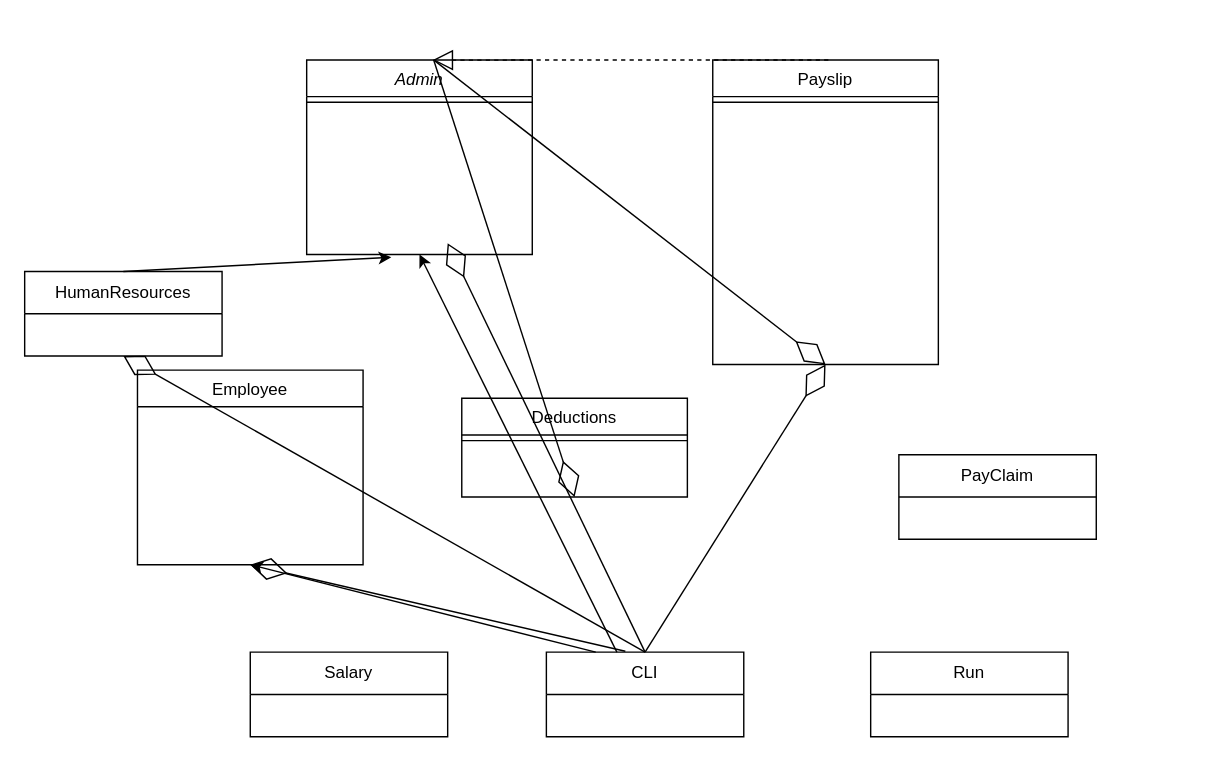
Above: UML.drawio in grainneh/payroll-cli (draw.io), before the change. Source tidied: cells renumbered, new cells numbered last; positions are measured from the earlier drawing's top-left corner, leaving out a move shared by most shapes. Both pictures are drawn from the tidied source at 141%, with x=0, y=0 at pixel (24, 59).
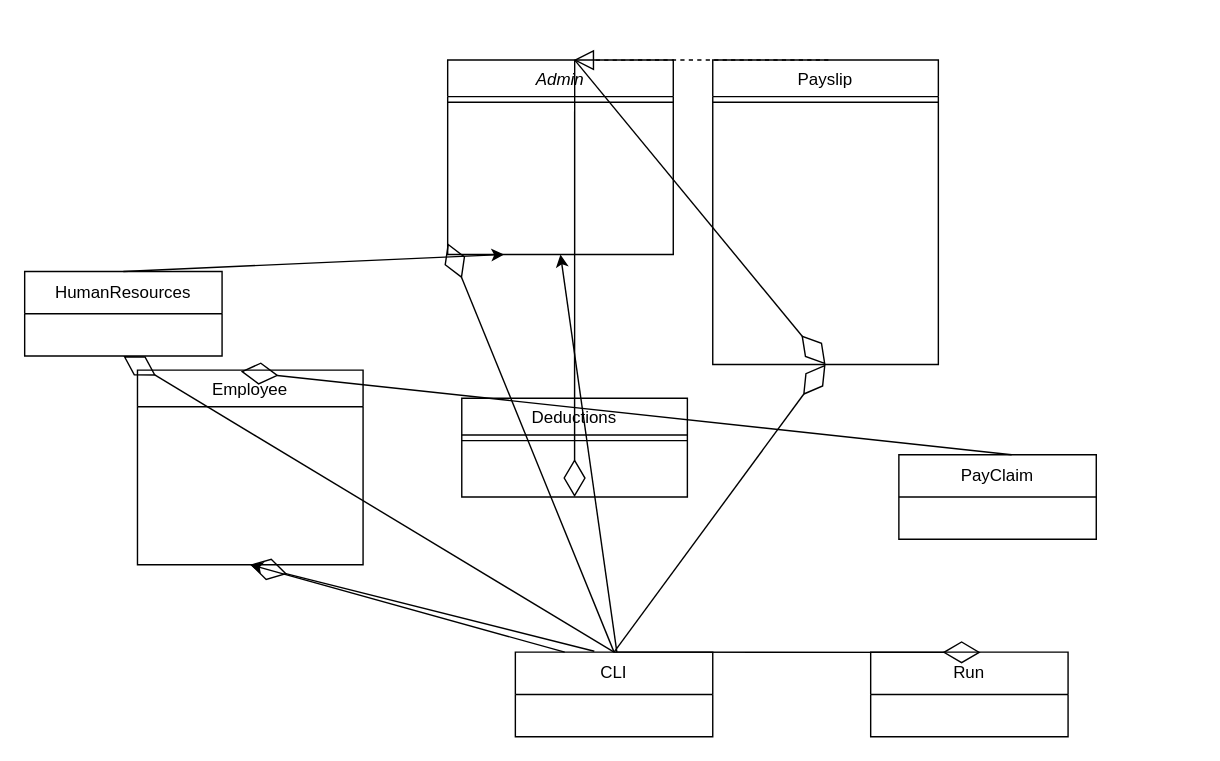
After the change.

The change refers to these unchanged cells:
```xml
<mxCell id="5" value="Employee" style="swimlane;fontStyle=0;align=center;verticalAlign=top;horizontal=1;startSize=26;rounded=0;shadow=0;strokeWidth=1;" parent="1" vertex="1">
  <mxGeometry x="80" y="220" width="160" height="138" as="geometry" />
</mxCell>
<mxCell id="11" value="PayClaim" style="swimlane;fontStyle=0;horizontal=1;startSize=30;whiteSpace=wrap;html=1;" parent="1" vertex="1">
  <mxGeometry x="620" y="280" width="140" height="60" as="geometry" />
</mxCell>
<mxCell id="14" value="Run" style="swimlane;fontStyle=0;horizontal=1;startSize=30;whiteSpace=wrap;html=1;" parent="1" vertex="1">
  <mxGeometry x="600" y="420" width="140" height="60" as="geometry" />
</mxCell>
```

What changed in the source:
```diff
@@
     <mxCell id="2" value="Admin" style="swimlane;fontStyle=2;align=center;verticalAlign=top;horizontal=1;startSize=26;rounded=0;shadow=0;strokeWidth=1;" parent="1" vertex="1">
-      <mxGeometry x="200" width="160" height="138" as="geometry" />
+      <mxGeometry x="300" width="160" height="138" as="geometry" />
     </mxCell>
@@
+    <mxCell id="25" style="endArrow=diamondThin;endFill=0;endSize=24;html=1;rounded=0;entryX=0.458;entryY=0.007;entryDx=0;entryDy=0;entryPerimeter=0;" parent="11" edge="1" target="5">
+      <mxGeometry relative="1" as="geometry">
+        <mxPoint x="80" as="sourcePoint" />
+      </mxGeometry>
+    </mxCell>
     <mxCell id="12" value="CLI" style="swimlane;fontStyle=0;horizontal=1;startSize=30;whiteSpace=wrap;html=1;" parent="1" vertex="1">
-      <mxGeometry x="370" y="420" width="140" height="60" as="geometry" />
+      <mxGeometry x="348" y="420" width="140" height="60" as="geometry" />
     </mxCell>
-    <mxCell id="13" value="Salary" style="swimlane;fontStyle=0;horizontal=1;startSize=30;whiteSpace=wrap;html=1;" parent="1" vertex="1">
-      <mxGeometry x="160" y="420" width="140" height="60" as="geometry" />
-    </mxCell>
@@
-    <mxCell id="18" style="endArrow=classic;html=1;rounded=0;" parent="1" edge="1">
+    <mxCell id="18" style="endArrow=classic;html=1;rounded=0;entryX=0.25;entryY=1;entryDx=0;entryDy=0;" parent="1" edge="1" target="2">
       <mxGeometry relative="1" as="geometry">
         <mxPoint x="70" y="150" as="sourcePoint" />
-        <mxPoint x="260" y="140" as="targetPoint" />
       </mxGeometry>
     </mxCell>
@@
+    <mxCell id="26" style="endArrow=diamondThin;endFill=0;endSize=24;html=1;rounded=0;exitX=0.5;exitY=0;exitDx=0;exitDy=0;entryX=0.557;entryY=0.003;entryDx=0;entryDy=0;entryPerimeter=0;" parent="1" edge="1" source="12" target="14">
+      <mxGeometry relative="1" as="geometry" />
+    </mxCell>
```
